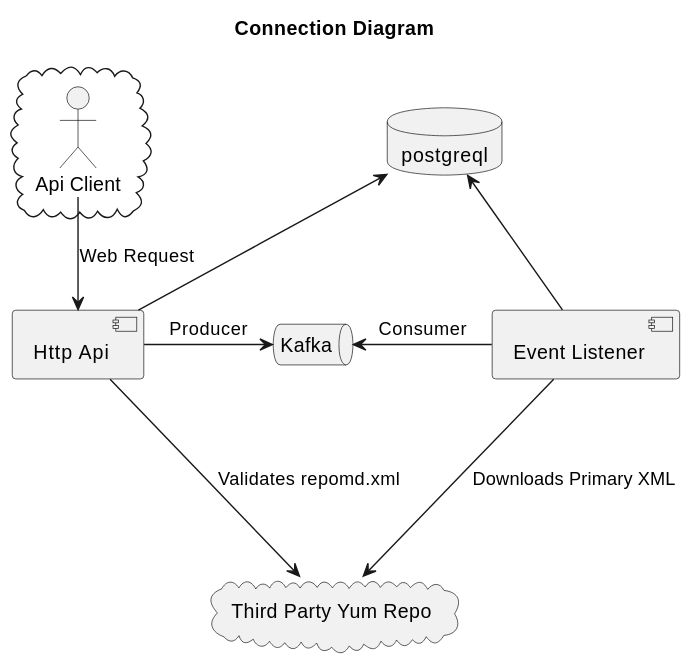
The PlantUML diagram docs/architecture.svg in content-services/content-sources-backend, before a commit.
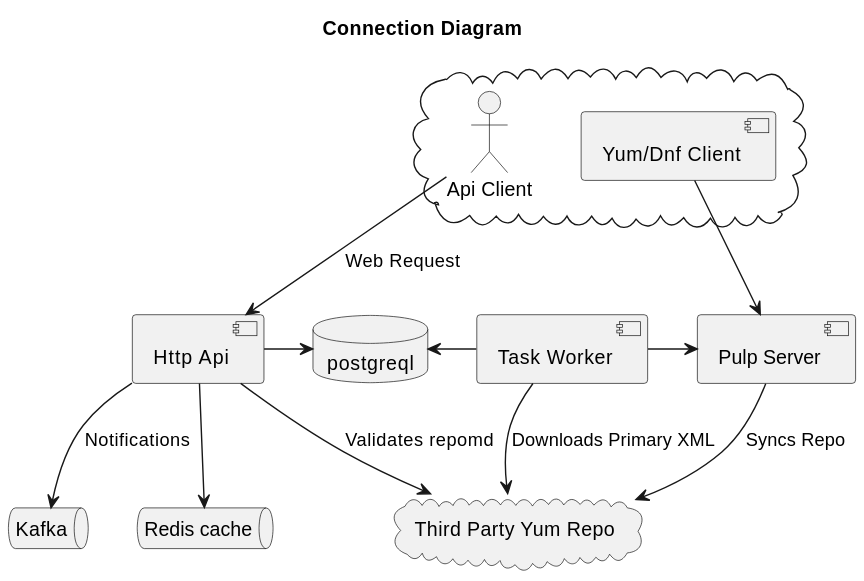
The same diagram one commit later.

Diff of the diagram source:
```diff
@@ -4,19 +4,26 @@
 queue Kafka as kafka
 cloud {
   actor "Api Client" as user
+  component "Yum/Dnf Client" as yumClient
 }
 
 cloud "Third Party Yum Repo" as yumRepo
 
 component "Http Api" as api
-component "Event Listener" as eventListener
+component "Task Worker" as taskWorker
+component "Pulp Server" as pulp
+queue "Redis cache" as redis
 
 
-user --> api : "Web Request"
-api -up-> postgreql
-api --> yumRepo: "Validates repomd.xml"
-api -right-> kafka: Producer
-kafka <-right- eventListener: Consumer
-eventListener -up-> postgreql
-eventListener ---> yumRepo: Downloads Primary XML
+user -down-> api : "Web Request"
+api -right-> postgreql
+api --> yumRepo: "Validates repomd"
+api --> kafka: Notifications
+api --> redis
+taskWorker -left-> postgreql
+taskWorker --> yumRepo: Downloads Primary XML
+taskWorker -right-> pulp
+yumClient -down-> pulp
+pulp --> yumRepo: Syncs Repo
+
 @enduml
```
